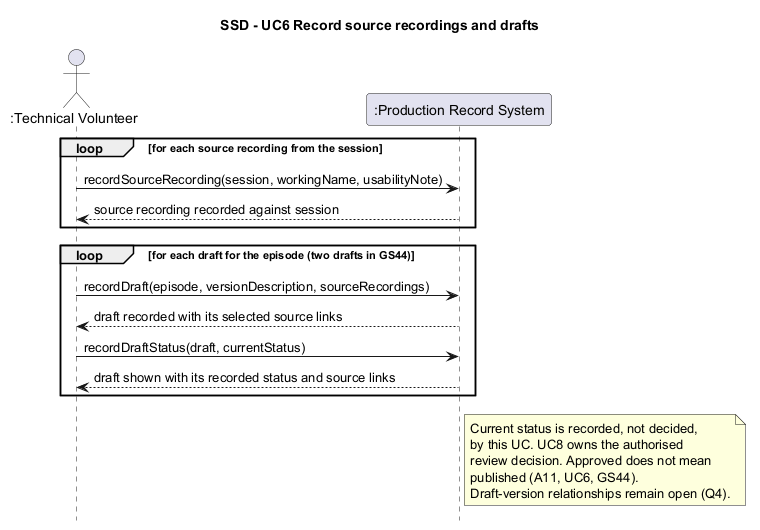
Above: Diagrams/System_Sequence_Diagrams/SSD_UC6_RecordSourcesAndDrafts.png in JanArnoCoetzer/Local-Podcast-Production-Service-myrepo (PlantUML), before the change. The source it was exported from:
```plantuml
@startuml SSD_UC6_RecordSourcesAndDrafts
title SSD - UC6 Record source recordings and drafts
hide footbox

actor ":Technical Volunteer" as TV
participant ":Production Record System" as S

loop for each source recording from the session
  TV -> S : recordSourceRecording(session, workingName, usabilityNote)
  S --> TV : source recording recorded against session
end

loop for each draft for the episode (two drafts in GS44)
  TV -> S : recordDraft(episode, versionDescription, sourceRecordings)
  S --> TV : draft recorded with its selected source links

  TV -> S : recordDraftStatus(draft, currentStatus)
  S --> TV : draft shown with its recorded status and source links
end

note right of S
  Current status is recorded, not decided,
  by this UC. UC8 owns the authorised
  review decision. Approved does not mean
  published (A11, UC6, GS44).
  Draft-version relationships remain open (Q4).
end note
@enduml
```
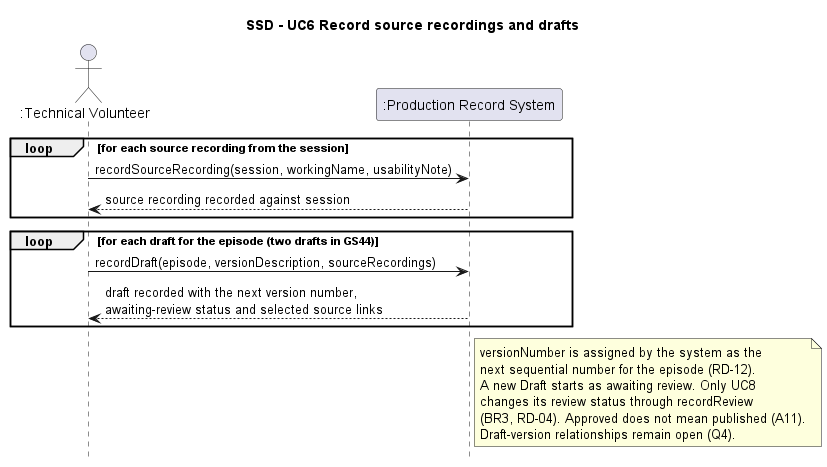
After the change.

Diff of the diagram source:
```diff
@@ -12,17 +12,15 @@
 
 loop for each draft for the episode (two drafts in GS44)
   TV -> S : recordDraft(episode, versionDescription, sourceRecordings)
-  S --> TV : draft recorded with its selected source links
-
-  TV -> S : recordDraftStatus(draft, currentStatus)
-  S --> TV : draft shown with its recorded status and source links
+  S --> TV : draft recorded with the next version number,\nawaiting-review status and selected source links
 end
 
 note right of S
-  Current status is recorded, not decided,
-  by this UC. UC8 owns the authorised
-  review decision. Approved does not mean
-  published (A11, UC6, GS44).
+  versionNumber is assigned by the system as the
+  next sequential number for the episode (RD-12).
+  A new Draft starts as awaiting review. Only UC8
+  changes its review status through recordReview
+  (BR3, RD-04). Approved does not mean published (A11).
   Draft-version relationships remain open (Q4).
 end note
 @enduml
```
